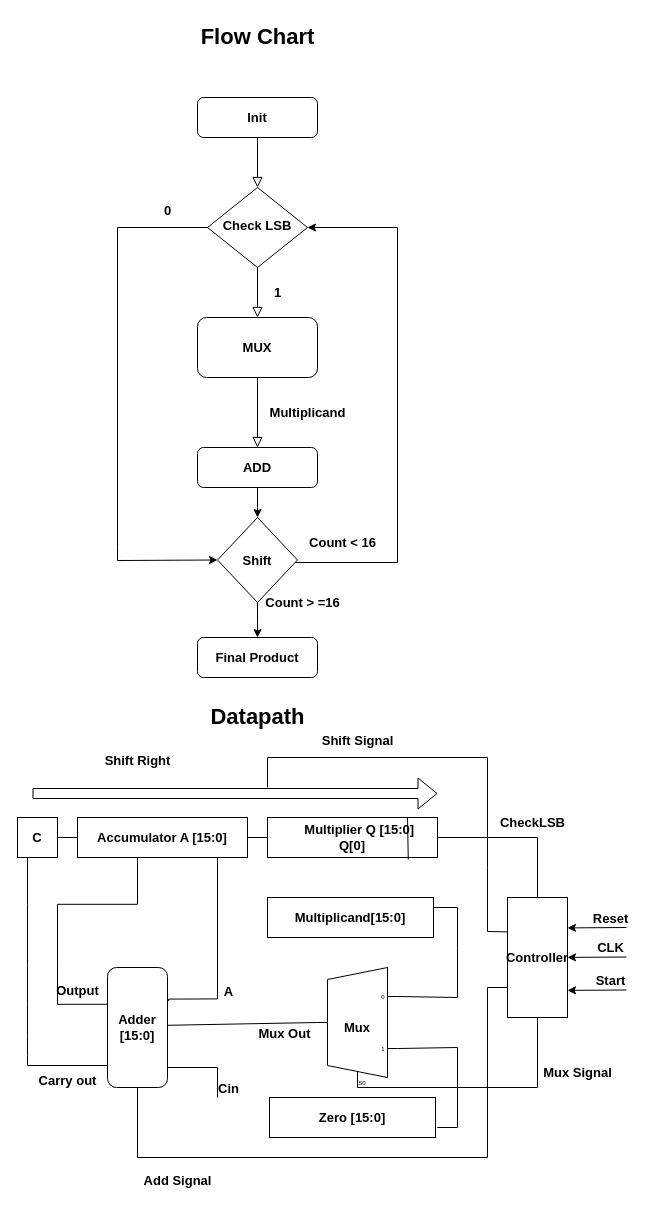
Earlier version of the draw.io diagram SeqMul.drawio (Hamzaweb49/seqmultiplier). Source tidied: cells renumbered, new cells numbered last; positions are measured from the earlier drawing's top-left corner, leaving out a move shared by most shapes. Both pictures are drawn from the tidied source at 100%, with x=0, y=0 at pixel (17, 17).
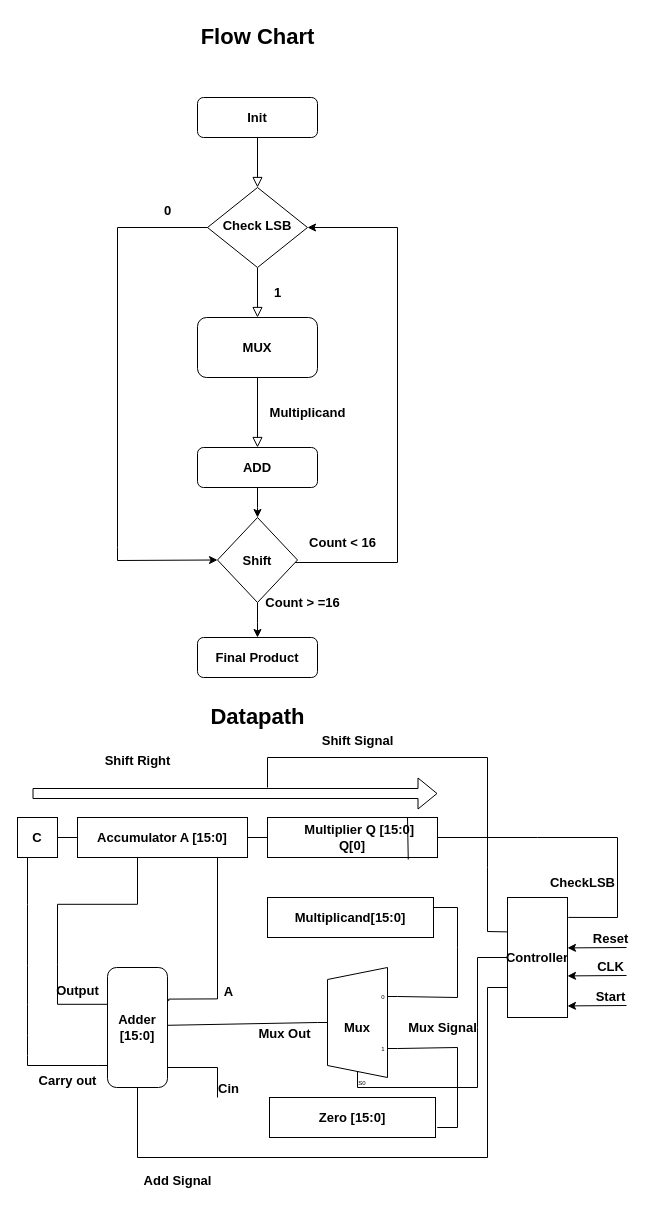
Above is the later version.

Unchanged cells that the change refers to:
```xml
<mxCell id="27" value="&lt;b&gt;&lt;font style=&quot;font-size: 13px;&quot;&gt;Controller&lt;/font&gt;&lt;/b&gt;" style="rounded=0;whiteSpace=wrap;html=1;direction=south;" parent="1" vertex="1">
  <mxGeometry x="490" y="880" width="60" height="120" as="geometry" />
</mxCell>
```

What changed in the source:
```diff
@@
-    <mxCell id="26" style="endArrow=none;html=1;rounded=0;" parent="1" edge="1">
+    <mxCell id="26" style="endArrow=none;html=1;rounded=0;entryX=0.166;entryY=-0.013;entryDx=0;entryDy=0;entryPerimeter=0;" parent="1" edge="1" target="27">
       <mxGeometry relative="1" as="geometry">
         <mxPoint x="420" y="820" as="sourcePoint" />
-        <mxPoint x="520" y="880" as="targetPoint" />
         <Array as="points">
           <mxPoint x="520" y="820" />
+          <mxPoint x="600" y="820" />
+          <mxPoint x="600" y="900" />
         </Array>
       </mxGeometry>
     </mxCell>
@@
-    <mxCell id="30" style="endArrow=none;html=1;rounded=0;" parent="1" edge="1">
+    <mxCell id="30" style="endArrow=none;html=1;rounded=0;entryX=0.5;entryY=1;entryDx=0;entryDy=0;" parent="1" edge="1" target="27">
       <mxGeometry relative="1" as="geometry">
         <mxPoint x="340" y="1070" as="sourcePoint" />
-        <mxPoint x="520" y="1000" as="targetPoint" />
         <Array as="points">
-          <mxPoint x="520" y="1070" />
+          <mxPoint x="460" y="1070" />
+          <mxPoint x="460" y="1010" />
+          <mxPoint x="460" y="940" />
         </Array>
       </mxGeometry>
     </mxCell>
@@
     <mxCell id="45" style="endArrow=classic;html=1;rounded=0;entryX=0.503;entryY=-0.133;entryDx=0;entryDy=0;entryPerimeter=0;" parent="1" edge="1">
       <mxGeometry relative="1" as="geometry">
-        <mxPoint x="609" y="939.5" as="sourcePoint" />
-        <mxPoint x="550" y="939.9" as="targetPoint" />
+        <mxPoint x="609" y="958" as="sourcePoint" />
+        <mxPoint x="550" y="958.4" as="targetPoint" />
       </mxGeometry>
     </mxCell>
@@
     <mxCell id="47" value="&lt;b&gt;&lt;font style=&quot;font-size: 13px;&quot;&gt;CheckLSB&lt;/font&gt;&lt;/b&gt;" style="text;html=1;align=center;verticalAlign=middle;strokeColor=none;fillColor=none;" parent="1" vertex="1">
-      <mxGeometry x="470" y="790" width="90" height="30" as="geometry" />
+      <mxGeometry x="520" y="850" width="90" height="30" as="geometry" />
     </mxCell>
     <mxCell id="48" value="&lt;b&gt;&lt;font style=&quot;font-size: 13px;&quot;&gt;Mux Signal&lt;/font&gt;&lt;/b&gt;" style="text;html=1;align=center;verticalAlign=middle;strokeColor=none;fillColor=none;" parent="1" vertex="1">
-      <mxGeometry x="515" y="1040" width="90" height="30" as="geometry" />
+      <mxGeometry x="380" y="995" width="90" height="30" as="geometry" />
     </mxCell>
@@
     <mxCell id="55" style="endArrow=classic;html=1;rounded=0;entryX=0.503;entryY=-0.133;entryDx=0;entryDy=0;entryPerimeter=0;" parent="1" edge="1">
       <mxGeometry relative="1" as="geometry">
-        <mxPoint x="609" y="972.5" as="sourcePoint" />
-        <mxPoint x="550" y="972.9" as="targetPoint" />
+        <mxPoint x="609" y="988" as="sourcePoint" />
+        <mxPoint x="550" y="988.4" as="targetPoint" />
       </mxGeometry>
     </mxCell>
@@
     <mxCell id="57" style="endArrow=classic;html=1;rounded=0;entryX=0.503;entryY=-0.133;entryDx=0;entryDy=0;entryPerimeter=0;" parent="1" edge="1">
       <mxGeometry relative="1" as="geometry">
-        <mxPoint x="609" y="910" as="sourcePoint" />
-        <mxPoint x="550" y="910.4" as="targetPoint" />
+        <mxPoint x="609" y="930" as="sourcePoint" />
+        <mxPoint x="550" y="930.4" as="targetPoint" />
       </mxGeometry>
     </mxCell>
```
